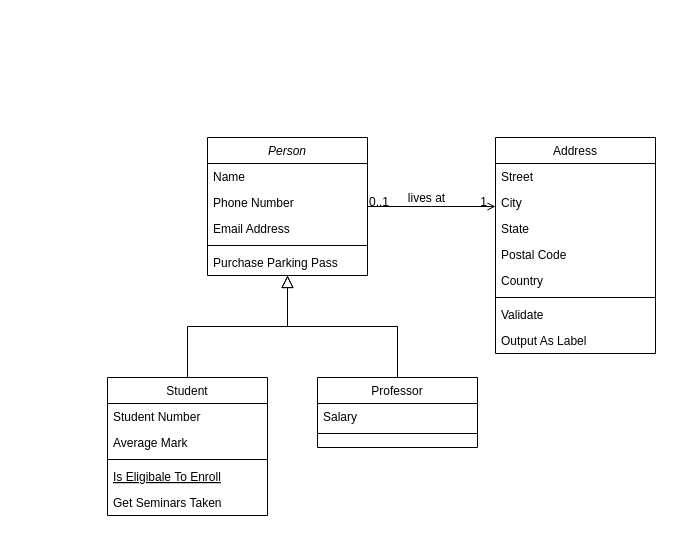
Before: SmartHus.drawio in andrenr2/SmartHus, a draw.io diagram. Source tidied: cells renumbered, new cells numbered last; positions are measured from the earlier drawing's top-left corner, leaving out a move shared by most shapes. Both pictures are drawn from the tidied source at 100%, with x=0, y=0 at pixel (107, 137).
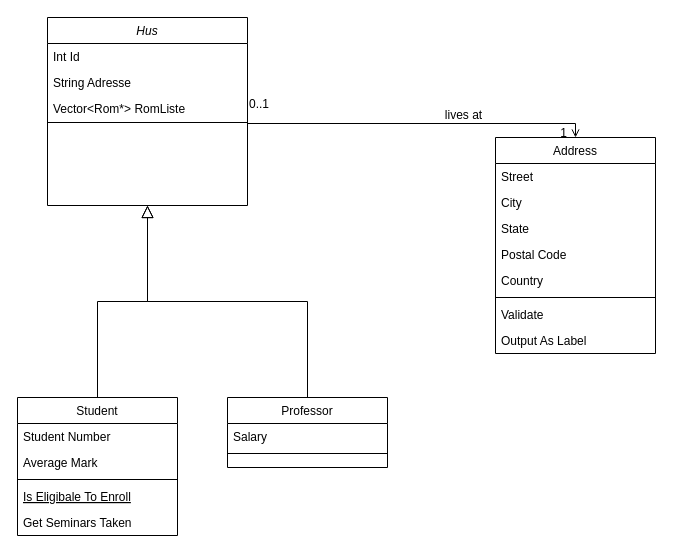
The same diagram, later.

Unchanged cells that the change refers to:
```xml
<mxCell id="19" value="Address" style="swimlane;fontStyle=0;align=center;verticalAlign=top;horizontal=1;startSize=26;rounded=0;shadow=0;strokeWidth=1;" parent="1" vertex="1">
  <mxGeometry x="388" width="160" height="216" as="geometry" />
</mxCell>
```

What changed in the source:
```diff
@@
-    <mxCell id="2" value="Person" style="swimlane;fontStyle=2;align=center;verticalAlign=top;horizontal=1;startSize=26;rounded=0;shadow=0;strokeWidth=1;" parent="1" vertex="1">
-      <mxGeometry x="100" width="160" height="138" as="geometry" />
+    <mxCell id="2" value="Hus" style="swimlane;fontStyle=2;align=center;verticalAlign=top;horizontal=1;startSize=26;rounded=0;shadow=0;strokeWidth=1;" parent="1" vertex="1">
+      <mxGeometry x="-60" y="-120" width="200" height="188" as="geometry" />
     </mxCell>
-    <mxCell id="3" value="Name" style="text;align=left;verticalAlign=top;spacingLeft=4;spacingRight=4;overflow=hidden;" parent="2" vertex="1">
-      <mxGeometry y="26" width="160" height="26" as="geometry" />
+    <mxCell id="3" value="Int Id" style="text;align=left;verticalAlign=top;spacingLeft=4;spacingRight=4;overflow=hidden;" parent="2" vertex="1">
+      <mxGeometry y="26" width="200" height="26" as="geometry" />
     </mxCell>
-    <mxCell id="4" value="Phone Number" style="text;align=left;verticalAlign=top;spacingLeft=4;spacingRight=4;overflow=hidden;rounded=0;shadow=0;html=0;" parent="2" vertex="1">
-      <mxGeometry y="52" width="160" height="26" as="geometry" />
+    <mxCell id="4" value="String Adresse" style="text;align=left;verticalAlign=top;spacingLeft=4;spacingRight=4;overflow=hidden;rounded=0;shadow=0;html=0;" parent="2" vertex="1">
+      <mxGeometry y="52" width="200" height="26" as="geometry" />
     </mxCell>
-    <mxCell id="5" value="Email Address" style="text;align=left;verticalAlign=top;spacingLeft=4;spacingRight=4;overflow=hidden;rounded=0;shadow=0;html=0;" parent="2" vertex="1">
-      <mxGeometry y="78" width="160" height="26" as="geometry" />
-    </mxCell>
+    <mxCell id="32" value="Vector&lt;Rom*&gt; RomListe" style="text;align=left;verticalAlign=top;spacingLeft=4;spacingRight=4;overflow=hidden;points=[[0,0.5],[1,0.5]];portConstraint=eastwest;" parent="2" vertex="1">
+      <mxGeometry y="78" width="200" height="26" as="geometry" />
+    </mxCell>
     <mxCell id="6" style="line;html=1;strokeWidth=1;align=left;verticalAlign=middle;spacingTop=-1;spacingLeft=3;spacingRight=3;labelPosition=right;" parent="2" vertex="1">
-      <mxGeometry y="104" width="160" height="8" as="geometry" />
+      <mxGeometry y="104" width="200" height="2" as="geometry" />
     </mxCell>
-    <mxCell id="7" value="Purchase Parking Pass" style="text;align=left;verticalAlign=top;spacingLeft=4;spacingRight=4;overflow=hidden;" parent="2" vertex="1">
-      <mxGeometry y="112" width="160" height="26" as="geometry" />
-    </mxCell>
     <mxCell id="8" value="Student" style="swimlane;fontStyle=0;align=center;verticalAlign=top;horizontal=1;startSize=26;rounded=0;shadow=0;strokeWidth=1;" parent="1" vertex="1">
-      <mxGeometry y="240" width="160" height="138" as="geometry" />
+      <mxGeometry x="-90" y="260" width="160" height="138" as="geometry" />
     </mxCell>
@@
     <mxCell id="15" value="Professor" style="swimlane;fontStyle=0;align=center;verticalAlign=top;horizontal=1;startSize=26;rounded=0;shadow=0;strokeWidth=1;" parent="1" vertex="1">
-      <mxGeometry x="210" y="240" width="160" height="70" as="geometry" />
+      <mxGeometry x="120" y="260" width="160" height="70" as="geometry" />
     </mxCell>
@@
-    <mxCell id="28" style="endArrow=open;shadow=0;strokeWidth=1;rounded=0;endFill=1;edgeStyle=elbowEdgeStyle;elbow=vertical;" parent="1" edge="1" source="2" target="19">
+    <mxCell id="28" style="endArrow=open;shadow=0;strokeWidth=1;rounded=0;endFill=1;edgeStyle=elbowEdgeStyle;elbow=vertical;exitX=1;exitY=0.5;exitDx=0;exitDy=0;" parent="1" edge="1" source="32" target="19">
       <mxGeometry x="0.5" y="41" relative="1" as="geometry">
         <mxPoint x="-40" y="32" as="offset" />
       </mxGeometry>
     </mxCell>
```
